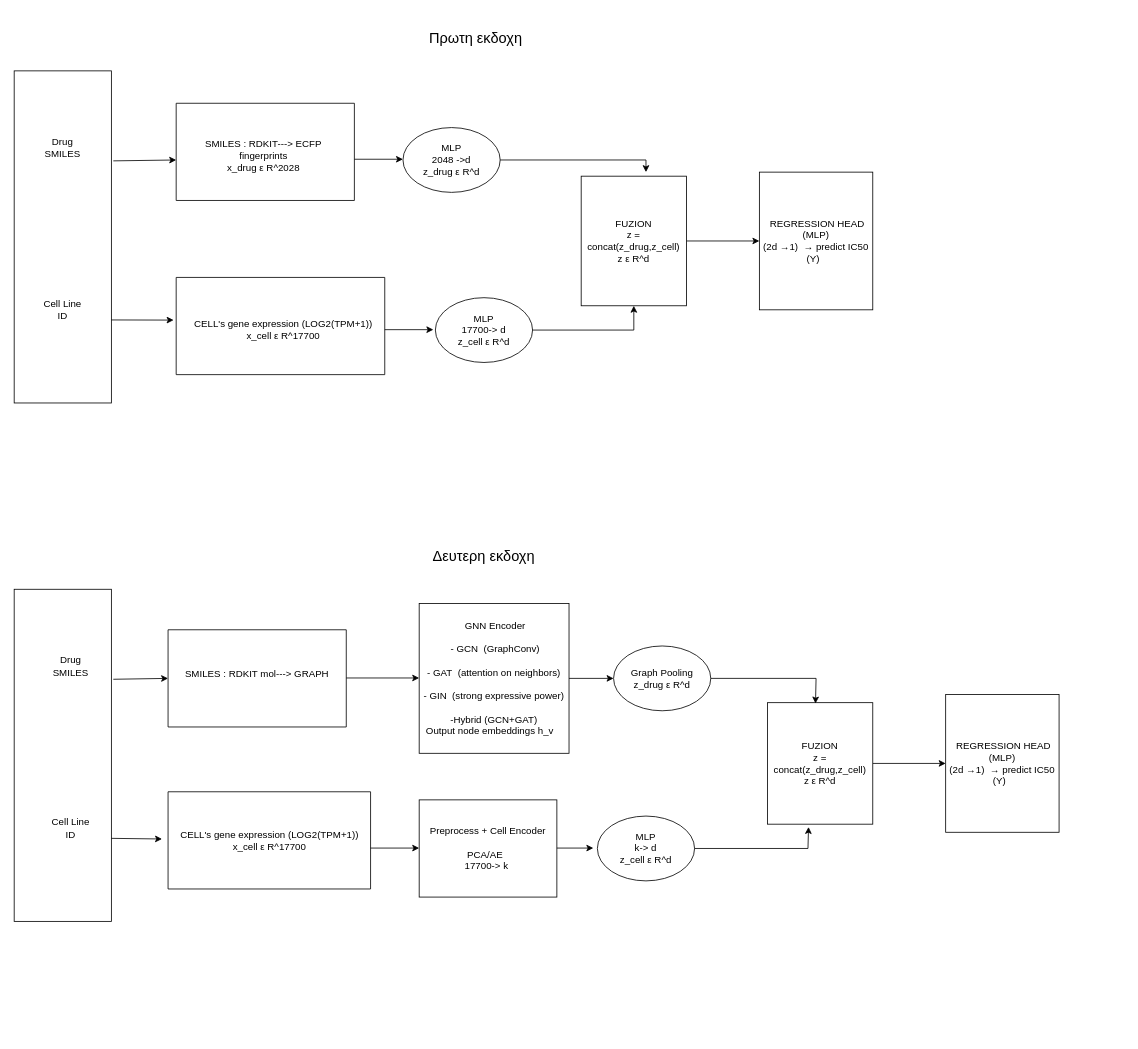
steliosorfa/Research keeps this draw.io diagram as notes/Structure.drawio. Above is the earlier version. Source tidied: cells renumbered, new cells numbered last; positions are measured from the earlier drawing's top-left corner, leaving out a move shared by most shapes. Both pictures are drawn from the tidied source at 81%, with x=0, y=0 at pixel (14, 14).
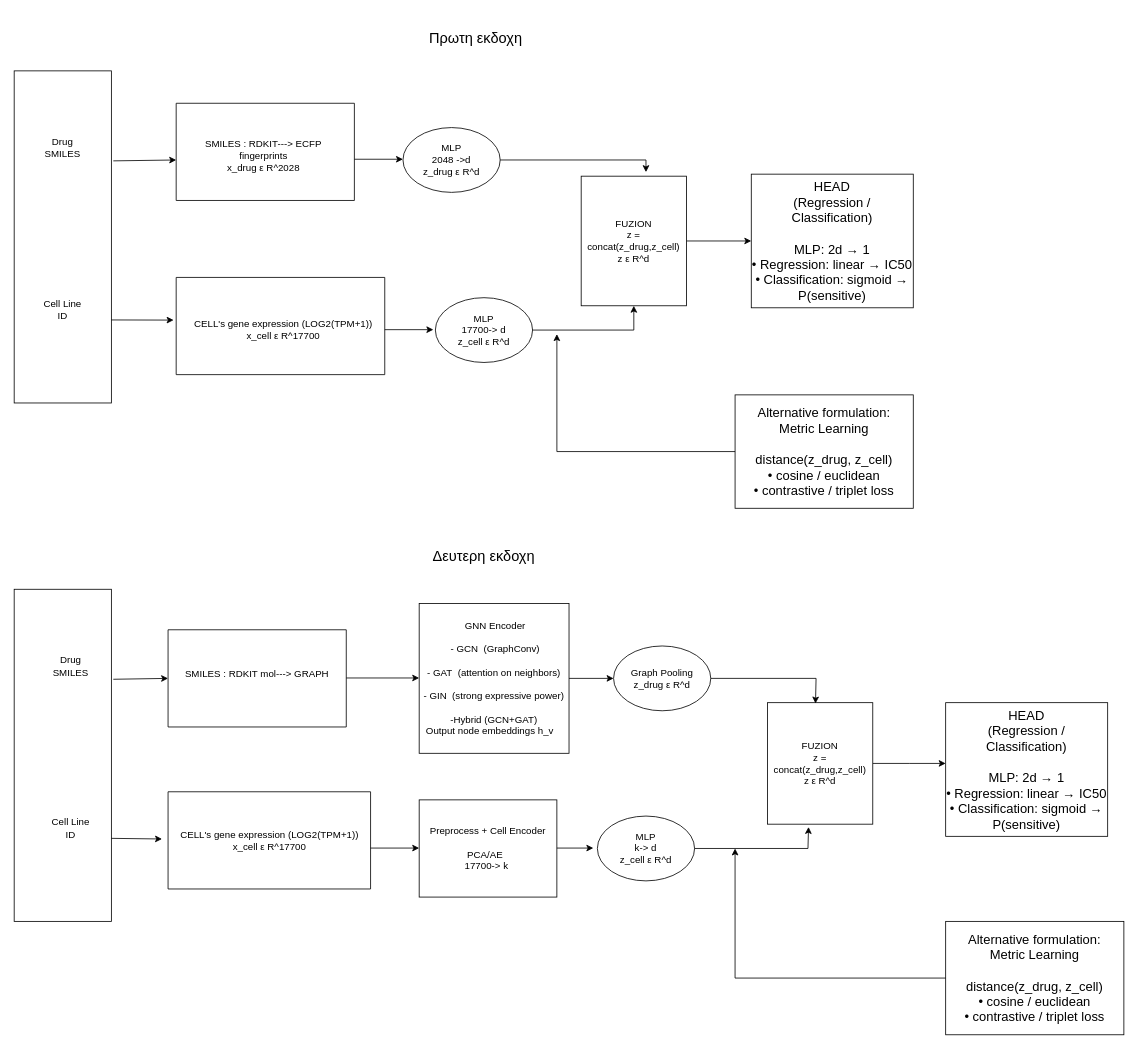
The same page after the edit.

Unchanged cells that the change refers to:
```xml
<mxCell id="35" value="FUZION&lt;div&gt;z = concat(z_drug,z_cell)&lt;/div&gt;&lt;div&gt;z ε R^d&lt;/div&gt;" style="rounded=0;whiteSpace=wrap;html=1;" parent="1" vertex="1">
  <mxGeometry x="930" y="850" width="130" height="150" as="geometry" />
</mxCell>
```

Change to the diagram source:
```diff
@@
-    <mxCell id="19" value="&amp;nbsp;REGRESSION HEAD (MLP)&lt;div&gt;(2d →1)&amp;nbsp; → predict IC50 (Y)&amp;nbsp;&amp;nbsp;&lt;/div&gt;" style="rounded=0;whiteSpace=wrap;html=1;" parent="1" vertex="1">
-      <mxGeometry x="920" y="195" width="140" height="170" as="geometry" />
+    <mxCell id="19" value="&lt;div&gt;&lt;font style=&quot;font-size: 16px;&quot;&gt;HEAD&lt;/font&gt;&lt;/div&gt;&lt;div&gt;&lt;font style=&quot;font-size: 16px;&quot;&gt;(Regression / Classification)&lt;/font&gt;&lt;/div&gt;&lt;div&gt;&lt;font style=&quot;font-size: 16px;&quot;&gt;&lt;br&gt;&lt;/font&gt;&lt;/div&gt;&lt;div&gt;&lt;font style=&quot;font-size: 16px;&quot;&gt;MLP: 2d → 1&lt;/font&gt;&lt;/div&gt;&lt;div&gt;&lt;font style=&quot;font-size: 16px;&quot;&gt;• Regression: linear → IC50&lt;/font&gt;&lt;/div&gt;&lt;div&gt;&lt;font style=&quot;font-size: 16px;&quot;&gt;• Classification: sigmoid → P(sensitive)&lt;/font&gt;&lt;/div&gt;" style="rounded=0;whiteSpace=wrap;html=1;" parent="1" vertex="1">
+      <mxGeometry x="910" y="197.5" width="200" height="165" as="geometry" />
     </mxCell>
@@
-    <mxCell id="34" style="edgeStyle=orthogonalEdgeStyle;rounded=0;jettySize=auto;html=1;exitX=1;exitY=0.5;exitDx=0;exitDy=0;entryX=0;entryY=0.5;entryDx=0;entryDy=0;" parent="1" edge="1" source="35" target="36">
-      <mxGeometry relative="1" as="geometry" />
+    <mxCell id="34" style="edgeStyle=orthogonalEdgeStyle;rounded=0;jettySize=auto;html=1;exitX=1;exitY=0.5;exitDx=0;exitDy=0;entryX=0;entryY=0.5;entryDx=0;entryDy=0;" parent="1" edge="1" source="35">
+      <mxGeometry relative="1" as="geometry">
+        <mxPoint x="1150" y="925" as="targetPoint" />
+      </mxGeometry>
     </mxCell>
@@
-    <mxCell id="36" value="&amp;nbsp;REGRESSION HEAD (MLP)&lt;div&gt;(2d →1)&amp;nbsp; → predict IC50 (Y)&amp;nbsp;&amp;nbsp;&lt;/div&gt;" style="rounded=0;whiteSpace=wrap;html=1;" parent="1" vertex="1">
-      <mxGeometry x="1150" y="840" width="140" height="170" as="geometry" />
-    </mxCell>
@@
+    <mxCell id="44" value="&lt;div&gt;&lt;font style=&quot;font-size: 16px;&quot;&gt;Alternative formulation:&lt;/font&gt;&lt;/div&gt;&lt;div&gt;&lt;font style=&quot;font-size: 16px;&quot;&gt;Metric Learning&lt;/font&gt;&lt;/div&gt;&lt;div&gt;&lt;font style=&quot;font-size: 16px;&quot;&gt;&lt;br&gt;&lt;/font&gt;&lt;/div&gt;&lt;div&gt;&lt;font style=&quot;font-size: 16px;&quot;&gt;distance(z_drug, z_cell)&lt;/font&gt;&lt;/div&gt;&lt;div&gt;&lt;font style=&quot;font-size: 16px;&quot;&gt;• cosine / euclidean&lt;/font&gt;&lt;/div&gt;&lt;div&gt;&lt;font style=&quot;font-size: 16px;&quot;&gt;• contrastive / triplet loss&lt;/font&gt;&lt;/div&gt;" style="rounded=0;whiteSpace=wrap;html=1;" parent="1" vertex="1">
+      <mxGeometry x="890" y="470" width="220" height="140" as="geometry" />
+    </mxCell>
+    <mxCell id="45" style="endArrow=classic;html=1;rounded=0;exitX=0;exitY=0.5;exitDx=0;exitDy=0;" parent="1" edge="1" source="44">
+      <mxGeometry relative="1" as="geometry">
+        <mxPoint x="670" y="395" as="targetPoint" />
+        <Array as="points">
+          <mxPoint x="670" y="540" />
+        </Array>
+      </mxGeometry>
+    </mxCell>
+    <mxCell id="46" value="&lt;div&gt;&lt;font style=&quot;font-size: 16px;&quot;&gt;HEAD&lt;/font&gt;&lt;/div&gt;&lt;div&gt;&lt;font style=&quot;font-size: 16px;&quot;&gt;(Regression / Classification)&lt;/font&gt;&lt;/div&gt;&lt;div&gt;&lt;font style=&quot;font-size: 16px;&quot;&gt;&lt;br&gt;&lt;/font&gt;&lt;/div&gt;&lt;div&gt;&lt;font style=&quot;font-size: 16px;&quot;&gt;MLP: 2d → 1&lt;/font&gt;&lt;/div&gt;&lt;div&gt;&lt;font style=&quot;font-size: 16px;&quot;&gt;• Regression: linear → IC50&lt;/font&gt;&lt;/div&gt;&lt;div&gt;&lt;font style=&quot;font-size: 16px;&quot;&gt;• Classification: sigmoid → P(sensitive)&lt;/font&gt;&lt;/div&gt;" style="rounded=0;whiteSpace=wrap;html=1;" parent="1" vertex="1">
+      <mxGeometry x="1150" y="850" width="200" height="165" as="geometry" />
+    </mxCell>
+    <mxCell id="47" value="&lt;div&gt;&lt;font style=&quot;font-size: 16px;&quot;&gt;Alternative formulation:&lt;/font&gt;&lt;/div&gt;&lt;div&gt;&lt;font style=&quot;font-size: 16px;&quot;&gt;Metric Learning&lt;/font&gt;&lt;/div&gt;&lt;div&gt;&lt;font style=&quot;font-size: 16px;&quot;&gt;&lt;br&gt;&lt;/font&gt;&lt;/div&gt;&lt;div&gt;&lt;font style=&quot;font-size: 16px;&quot;&gt;distance(z_drug, z_cell)&lt;/font&gt;&lt;/div&gt;&lt;div&gt;&lt;font style=&quot;font-size: 16px;&quot;&gt;• cosine / euclidean&lt;/font&gt;&lt;/div&gt;&lt;div&gt;&lt;font style=&quot;font-size: 16px;&quot;&gt;• contrastive / triplet loss&lt;/font&gt;&lt;/div&gt;" style="rounded=0;whiteSpace=wrap;html=1;" parent="1" vertex="1">
+      <mxGeometry x="1150" y="1120" width="220" height="140" as="geometry" />
+    </mxCell>
+    <mxCell id="48" style="endArrow=classic;html=1;rounded=0;" parent="1" edge="1" source="47">
+      <mxGeometry relative="1" as="geometry">
+        <mxPoint x="890" y="1030" as="targetPoint" />
+        <Array as="points">
+          <mxPoint x="890" y="1190" />
+        </Array>
+      </mxGeometry>
+    </mxCell>
```
